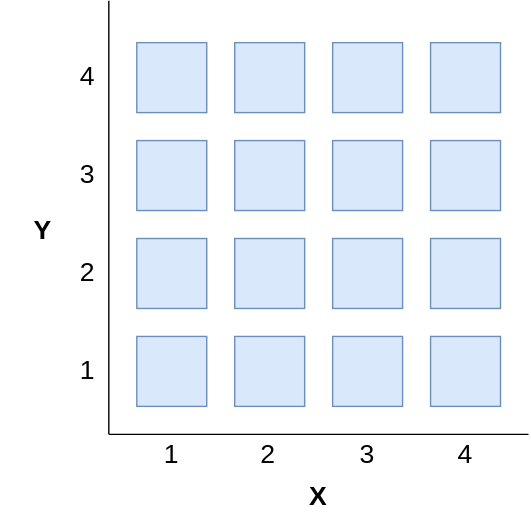
This is assets/posts/spatial-index/space-filling-trivial.svg from addu390/addu390.github.io, a draw.io export, as it was before one commit. Source tidied: cells renumbered, new cells last; positions are measured from the earlier drawing's top-left corner, leaving out a move shared by most shapes. The source it was exported from:
```xml
<mxGraphModel>
  <root>
    <mxCell id="0" />
    <mxCell id="1" parent="0" />
    <mxCell id="2" style="rounded=0;whiteSpace=wrap;html=1;fillColor=#dae8fc;strokeColor=#6c8ebf;" parent="1" vertex="1">
      <mxGeometry x="97" y="240" width="50" height="50" as="geometry" />
    </mxCell>
    <mxCell id="3" style="rounded=0;whiteSpace=wrap;html=1;fillColor=#dae8fc;strokeColor=#6c8ebf;" parent="1" vertex="1">
      <mxGeometry x="167" y="240" width="50" height="50" as="geometry" />
    </mxCell>
    <mxCell id="4" style="rounded=0;whiteSpace=wrap;html=1;fillColor=#dae8fc;strokeColor=#6c8ebf;" parent="1" vertex="1">
      <mxGeometry x="237" y="240" width="50" height="50" as="geometry" />
    </mxCell>
    <mxCell id="5" style="rounded=0;whiteSpace=wrap;html=1;fillColor=#dae8fc;strokeColor=#6c8ebf;" parent="1" vertex="1">
      <mxGeometry x="307" y="240" width="50" height="50" as="geometry" />
    </mxCell>
    <mxCell id="6" style="rounded=0;whiteSpace=wrap;html=1;fillColor=#dae8fc;strokeColor=#6c8ebf;" parent="1" vertex="1">
      <mxGeometry x="97" y="170" width="50" height="50" as="geometry" />
    </mxCell>
    <mxCell id="7" style="rounded=0;whiteSpace=wrap;html=1;fillColor=#dae8fc;strokeColor=#6c8ebf;" parent="1" vertex="1">
      <mxGeometry x="167" y="170" width="50" height="50" as="geometry" />
    </mxCell>
    <mxCell id="8" style="rounded=0;whiteSpace=wrap;html=1;fillColor=#dae8fc;strokeColor=#6c8ebf;" parent="1" vertex="1">
      <mxGeometry x="237" y="170" width="50" height="50" as="geometry" />
    </mxCell>
    <mxCell id="9" style="rounded=0;whiteSpace=wrap;html=1;fillColor=#dae8fc;strokeColor=#6c8ebf;" parent="1" vertex="1">
      <mxGeometry x="307" y="170" width="50" height="50" as="geometry" />
    </mxCell>
    <mxCell id="10" style="rounded=0;whiteSpace=wrap;html=1;fillColor=#dae8fc;strokeColor=#6c8ebf;" parent="1" vertex="1">
      <mxGeometry x="97" y="100" width="50" height="50" as="geometry" />
    </mxCell>
    <mxCell id="11" style="rounded=0;whiteSpace=wrap;html=1;fillColor=#dae8fc;strokeColor=#6c8ebf;" parent="1" vertex="1">
      <mxGeometry x="167" y="100" width="50" height="50" as="geometry" />
    </mxCell>
    <mxCell id="12" style="rounded=0;whiteSpace=wrap;html=1;fillColor=#dae8fc;strokeColor=#6c8ebf;" parent="1" vertex="1">
      <mxGeometry x="237" y="100" width="50" height="50" as="geometry" />
    </mxCell>
    <mxCell id="13" style="rounded=0;whiteSpace=wrap;html=1;fillColor=#dae8fc;strokeColor=#6c8ebf;" parent="1" vertex="1">
      <mxGeometry x="307" y="100" width="50" height="50" as="geometry" />
    </mxCell>
    <mxCell id="14" style="rounded=0;whiteSpace=wrap;html=1;fillColor=#dae8fc;strokeColor=#6c8ebf;" parent="1" vertex="1">
      <mxGeometry x="97" y="30" width="50" height="50" as="geometry" />
    </mxCell>
    <mxCell id="15" style="rounded=0;whiteSpace=wrap;html=1;fillColor=#dae8fc;strokeColor=#6c8ebf;" parent="1" vertex="1">
      <mxGeometry x="167" y="30" width="50" height="50" as="geometry" />
    </mxCell>
    <mxCell id="16" style="rounded=0;whiteSpace=wrap;html=1;fillColor=#dae8fc;strokeColor=#6c8ebf;" parent="1" vertex="1">
      <mxGeometry x="237" y="30" width="50" height="50" as="geometry" />
    </mxCell>
    <mxCell id="17" style="rounded=0;whiteSpace=wrap;html=1;fillColor=#dae8fc;strokeColor=#6c8ebf;" parent="1" vertex="1">
      <mxGeometry x="307" y="30" width="50" height="50" as="geometry" />
    </mxCell>
    <mxCell id="18" style="endArrow=none;html=1;rounded=0;endFill=0;" parent="1" edge="1">
      <mxGeometry relative="1" as="geometry">
        <mxPoint x="77" y="310" as="sourcePoint" />
        <mxPoint x="77" as="targetPoint" />
      </mxGeometry>
    </mxCell>
    <mxCell id="19" style="endArrow=none;html=1;rounded=0;endFill=0;" parent="1" edge="1">
      <mxGeometry relative="1" as="geometry">
        <mxPoint x="77" y="310" as="sourcePoint" />
        <mxPoint x="377" y="310" as="targetPoint" />
      </mxGeometry>
    </mxCell>
    <mxCell id="20" value="&lt;font style=&quot;font-size: 19px;&quot;&gt;1&lt;/font&gt;" style="text;html=1;align=center;verticalAlign=middle;whiteSpace=wrap;rounded=0;" parent="1" vertex="1">
      <mxGeometry x="92" y="310" width="60" height="30" as="geometry" />
    </mxCell>
    <mxCell id="21" value="&lt;font style=&quot;font-size: 19px;&quot;&gt;2&lt;/font&gt;" style="text;html=1;align=center;verticalAlign=middle;whiteSpace=wrap;rounded=0;" parent="1" vertex="1">
      <mxGeometry x="161" y="310" width="60" height="30" as="geometry" />
    </mxCell>
    <mxCell id="22" value="&lt;font style=&quot;font-size: 19px;&quot;&gt;3&lt;/font&gt;" style="text;html=1;align=center;verticalAlign=middle;whiteSpace=wrap;rounded=0;" parent="1" vertex="1">
      <mxGeometry x="232" y="310" width="60" height="30" as="geometry" />
    </mxCell>
    <mxCell id="23" value="&lt;font style=&quot;font-size: 19px;&quot;&gt;4&lt;/font&gt;" style="text;html=1;align=center;verticalAlign=middle;whiteSpace=wrap;rounded=0;" parent="1" vertex="1">
      <mxGeometry x="302" y="310" width="60" height="30" as="geometry" />
    </mxCell>
    <mxCell id="24" value="&lt;font style=&quot;font-size: 19px;&quot;&gt;1&lt;/font&gt;" style="text;html=1;align=center;verticalAlign=middle;whiteSpace=wrap;rounded=0;" parent="1" vertex="1">
      <mxGeometry x="32" y="250" width="60" height="30" as="geometry" />
    </mxCell>
    <mxCell id="25" value="&lt;font style=&quot;font-size: 19px;&quot;&gt;2&lt;/font&gt;" style="text;html=1;align=center;verticalAlign=middle;whiteSpace=wrap;rounded=0;" parent="1" vertex="1">
      <mxGeometry x="32" y="180" width="60" height="30" as="geometry" />
    </mxCell>
    <mxCell id="26" value="&lt;font style=&quot;font-size: 19px;&quot;&gt;3&lt;/font&gt;" style="text;html=1;align=center;verticalAlign=middle;whiteSpace=wrap;rounded=0;" parent="1" vertex="1">
      <mxGeometry x="32" y="110" width="60" height="30" as="geometry" />
    </mxCell>
    <mxCell id="27" value="&lt;font style=&quot;font-size: 19px;&quot;&gt;4&lt;/font&gt;" style="text;html=1;align=center;verticalAlign=middle;whiteSpace=wrap;rounded=0;" parent="1" vertex="1">
      <mxGeometry x="32" y="40" width="60" height="30" as="geometry" />
    </mxCell>
    <mxCell id="28" value="&lt;font style=&quot;font-size: 19px;&quot;&gt;&lt;b&gt;X&lt;/b&gt;&lt;/font&gt;" style="text;html=1;align=center;verticalAlign=middle;whiteSpace=wrap;rounded=0;" parent="1" vertex="1">
      <mxGeometry x="197" y="340" width="60" height="30" as="geometry" />
    </mxCell>
    <mxCell id="29" value="&lt;font style=&quot;font-size: 19px;&quot;&gt;&lt;b&gt;Y&lt;/b&gt;&lt;/font&gt;" style="text;html=1;align=center;verticalAlign=middle;whiteSpace=wrap;rounded=0;" parent="1" vertex="1">
      <mxGeometry y="150" width="60" height="30" as="geometry" />
    </mxCell>
  </root>
</mxGraphModel>
```
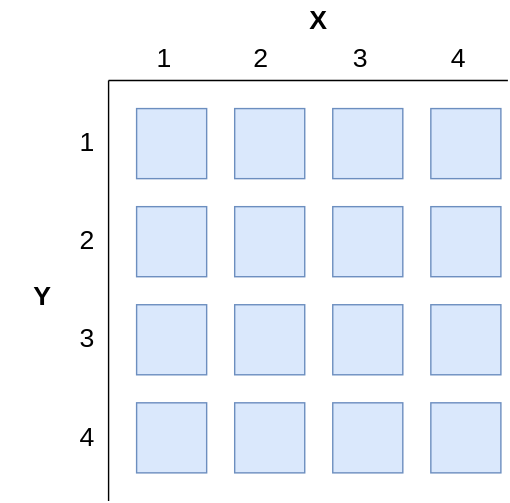
The same diagram one commit later.

What changed in the source:
```diff
@@ -53,41 +53,41 @@
     <mxCell id="18" style="endArrow=none;html=1;rounded=0;endFill=0;" parent="1" edge="1">
       <mxGeometry relative="1" as="geometry">
         <mxPoint x="77" y="310" as="sourcePoint" />
-        <mxPoint x="77" as="targetPoint" />
+        <mxPoint x="77" y="10" as="targetPoint" />
       </mxGeometry>
     </mxCell>
     <mxCell id="19" style="endArrow=none;html=1;rounded=0;endFill=0;" parent="1" edge="1">
       <mxGeometry relative="1" as="geometry">
-        <mxPoint x="77" y="310" as="sourcePoint" />
-        <mxPoint x="377" y="310" as="targetPoint" />
+        <mxPoint x="77" y="10" as="sourcePoint" />
+        <mxPoint x="362" y="10" as="targetPoint" />
       </mxGeometry>
     </mxCell>
     <mxCell id="20" value="&lt;font style=&quot;font-size: 19px;&quot;&gt;1&lt;/font&gt;" style="text;html=1;align=center;verticalAlign=middle;whiteSpace=wrap;rounded=0;" parent="1" vertex="1">
-      <mxGeometry x="92" y="310" width="60" height="30" as="geometry" />
+      <mxGeometry x="87" y="-20" width="60" height="30" as="geometry" />
     </mxCell>
     <mxCell id="21" value="&lt;font style=&quot;font-size: 19px;&quot;&gt;2&lt;/font&gt;" style="text;html=1;align=center;verticalAlign=middle;whiteSpace=wrap;rounded=0;" parent="1" vertex="1">
-      <mxGeometry x="161" y="310" width="60" height="30" as="geometry" />
+      <mxGeometry x="156" y="-20" width="60" height="30" as="geometry" />
     </mxCell>
     <mxCell id="22" value="&lt;font style=&quot;font-size: 19px;&quot;&gt;3&lt;/font&gt;" style="text;html=1;align=center;verticalAlign=middle;whiteSpace=wrap;rounded=0;" parent="1" vertex="1">
-      <mxGeometry x="232" y="310" width="60" height="30" as="geometry" />
+      <mxGeometry x="227" y="-20" width="60" height="30" as="geometry" />
     </mxCell>
     <mxCell id="23" value="&lt;font style=&quot;font-size: 19px;&quot;&gt;4&lt;/font&gt;" style="text;html=1;align=center;verticalAlign=middle;whiteSpace=wrap;rounded=0;" parent="1" vertex="1">
-      <mxGeometry x="302" y="310" width="60" height="30" as="geometry" />
+      <mxGeometry x="297" y="-20" width="60" height="30" as="geometry" />
     </mxCell>
-    <mxCell id="24" value="&lt;font style=&quot;font-size: 19px;&quot;&gt;1&lt;/font&gt;" style="text;html=1;align=center;verticalAlign=middle;whiteSpace=wrap;rounded=0;" parent="1" vertex="1">
+    <mxCell id="24" value="&lt;font style=&quot;font-size: 19px;&quot;&gt;4&lt;/font&gt;" style="text;html=1;align=center;verticalAlign=middle;whiteSpace=wrap;rounded=0;" parent="1" vertex="1">
       <mxGeometry x="32" y="250" width="60" height="30" as="geometry" />
     </mxCell>
-    <mxCell id="25" value="&lt;font style=&quot;font-size: 19px;&quot;&gt;2&lt;/font&gt;" style="text;html=1;align=center;verticalAlign=middle;whiteSpace=wrap;rounded=0;" parent="1" vertex="1">
+    <mxCell id="25" value="&lt;font style=&quot;font-size: 19px;&quot;&gt;3&lt;/font&gt;" style="text;html=1;align=center;verticalAlign=middle;whiteSpace=wrap;rounded=0;" parent="1" vertex="1">
       <mxGeometry x="32" y="180" width="60" height="30" as="geometry" />
     </mxCell>
-    <mxCell id="26" value="&lt;font style=&quot;font-size: 19px;&quot;&gt;3&lt;/font&gt;" style="text;html=1;align=center;verticalAlign=middle;whiteSpace=wrap;rounded=0;" parent="1" vertex="1">
+    <mxCell id="26" value="&lt;font style=&quot;font-size: 19px;&quot;&gt;2&lt;/font&gt;" style="text;html=1;align=center;verticalAlign=middle;whiteSpace=wrap;rounded=0;" parent="1" vertex="1">
       <mxGeometry x="32" y="110" width="60" height="30" as="geometry" />
     </mxCell>
-    <mxCell id="27" value="&lt;font style=&quot;font-size: 19px;&quot;&gt;4&lt;/font&gt;" style="text;html=1;align=center;verticalAlign=middle;whiteSpace=wrap;rounded=0;" parent="1" vertex="1">
+    <mxCell id="27" value="&lt;font style=&quot;font-size: 19px;&quot;&gt;1&lt;/font&gt;" style="text;html=1;align=center;verticalAlign=middle;whiteSpace=wrap;rounded=0;" parent="1" vertex="1">
       <mxGeometry x="32" y="40" width="60" height="30" as="geometry" />
     </mxCell>
     <mxCell id="28" value="&lt;font style=&quot;font-size: 19px;&quot;&gt;&lt;b&gt;X&lt;/b&gt;&lt;/font&gt;" style="text;html=1;align=center;verticalAlign=middle;whiteSpace=wrap;rounded=0;" parent="1" vertex="1">
-      <mxGeometry x="197" y="340" width="60" height="30" as="geometry" />
+      <mxGeometry x="197" y="-47" width="60" height="30" as="geometry" />
     </mxCell>
     <mxCell id="29" value="&lt;font style=&quot;font-size: 19px;&quot;&gt;&lt;b&gt;Y&lt;/b&gt;&lt;/font&gt;" style="text;html=1;align=center;verticalAlign=middle;whiteSpace=wrap;rounded=0;" parent="1" vertex="1">
       <mxGeometry y="150" width="60" height="30" as="geometry" />
```
